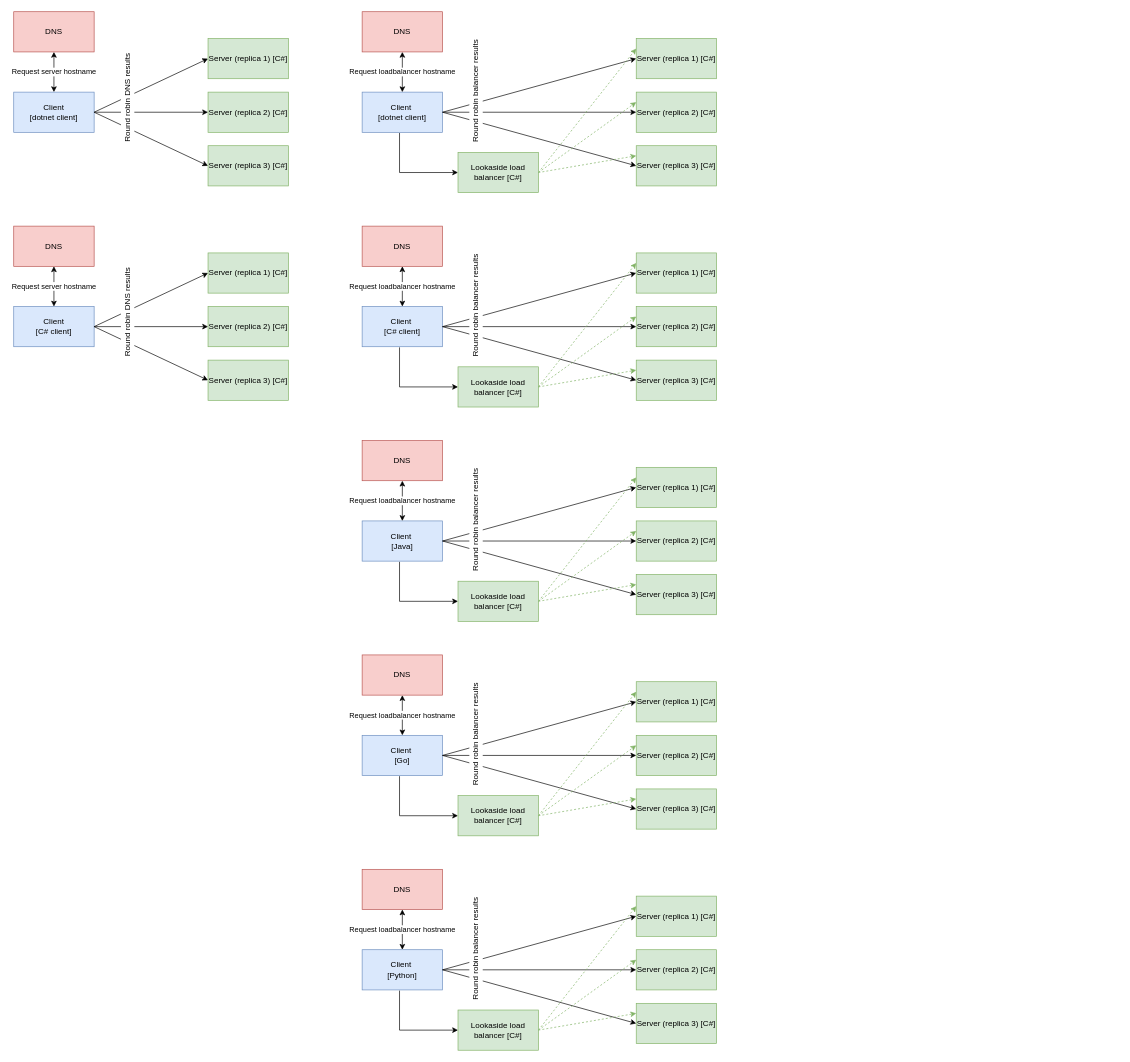
This is GrpcLoadBalancing.drawio from wicharypawel/net-core-grpc-load-balance, a draw.io file, before an edit. Source tidied: cells renumbered, new cells numbered last; positions are measured from the earlier drawing's top-left corner, leaving out a move shared by most shapes. Both pictures are drawn from the tidied source at 67%, with x=0, y=0 at pixel (13, 11).
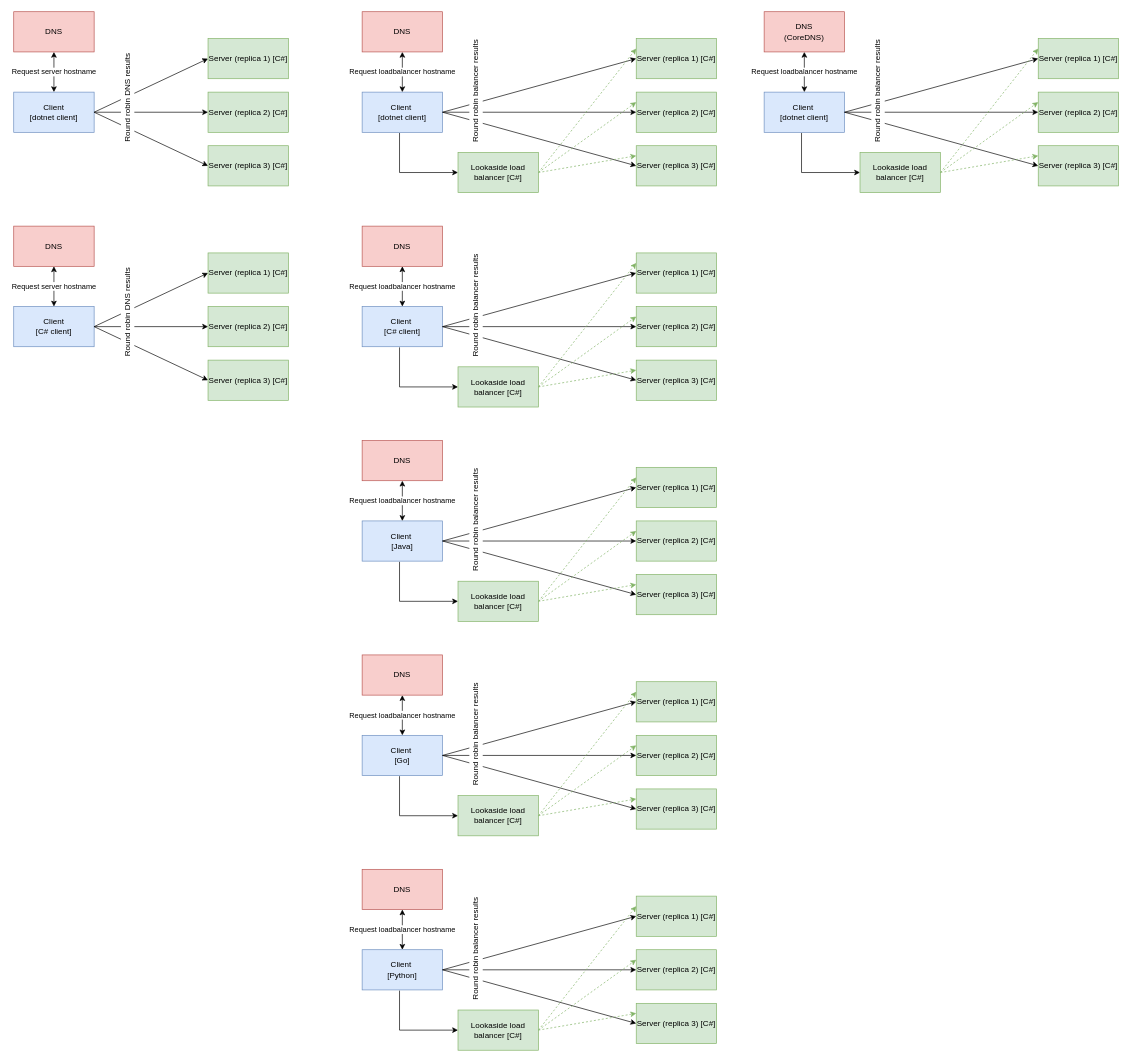
Above is the later version.

Diff of the diagram source:
```diff
@@
+    <mxCell id="97" style="edgeStyle=orthogonalEdgeStyle;rounded=0;jettySize=auto;html=1;exitX=0.465;exitY=1.016;exitDx=0;exitDy=0;entryX=0;entryY=0.5;entryDx=0;entryDy=0;startArrow=none;startFill=0;endArrow=classic;endFill=1;strokeColor=#000000;exitPerimeter=0;" parent="1" edge="1" source="98" target="106">
+      <mxGeometry relative="1" as="geometry" />
+    </mxCell>
+    <mxCell id="98" value="Client&amp;nbsp;&lt;br&gt;[dotnet client]" style="rounded=0;whiteSpace=wrap;html=1;rotation=0;fillColor=#dae8fc;strokeColor=#6c8ebf;" parent="1" vertex="1">
+      <mxGeometry x="1120" y="120" width="120" height="60" as="geometry" />
+    </mxCell>
+    <mxCell id="99" value="Server (replica 2) [C#]" style="rounded=0;whiteSpace=wrap;html=1;rotation=0;fillColor=#d5e8d4;strokeColor=#82b366;" parent="1" vertex="1">
+      <mxGeometry x="1529.1" y="120" width="120" height="60" as="geometry" />
+    </mxCell>
+    <mxCell id="100" style="rounded=0;jettySize=auto;html=1;exitX=1;exitY=0.5;exitDx=0;exitDy=0;entryX=0;entryY=0.5;entryDx=0;entryDy=0;startArrow=none;startFill=0;endArrow=classic;endFill=1;strokeColor=#000000;" parent="1" edge="1" source="98" target="107">
+      <mxGeometry relative="1" as="geometry" />
+    </mxCell>
+    <mxCell id="101" style="edgeStyle=none;rounded=0;jettySize=auto;html=1;exitX=1;exitY=0.5;exitDx=0;exitDy=0;entryX=0;entryY=0.5;entryDx=0;entryDy=0;startArrow=none;startFill=0;endArrow=classic;endFill=1;strokeColor=#000000;" parent="1" edge="1" source="98" target="99">
+      <mxGeometry relative="1" as="geometry" />
+    </mxCell>
+    <mxCell id="102" style="edgeStyle=none;rounded=0;jettySize=auto;html=1;exitX=1;exitY=0.5;exitDx=0;exitDy=0;entryX=0;entryY=0.5;entryDx=0;entryDy=0;startArrow=none;startFill=0;endArrow=classic;endFill=1;strokeColor=#000000;" parent="1" edge="1" source="98" target="108">
+      <mxGeometry relative="1" as="geometry" />
+    </mxCell>
+    <mxCell id="103" style="edgeStyle=none;rounded=0;jettySize=auto;html=1;exitX=1;exitY=0.5;exitDx=0;exitDy=0;entryX=0;entryY=0.25;entryDx=0;entryDy=0;startArrow=none;startFill=0;endArrow=classic;endFill=1;strokeColor=#82b366;fillColor=#d5e8d4;dashed=1;" parent="1" edge="1" source="106" target="108">
+      <mxGeometry relative="1" as="geometry" />
+    </mxCell>
+    <mxCell id="104" style="edgeStyle=none;rounded=0;jettySize=auto;html=1;exitX=1;exitY=0.5;exitDx=0;exitDy=0;entryX=0;entryY=0.25;entryDx=0;entryDy=0;startArrow=none;startFill=0;endArrow=classic;endFill=1;strokeColor=#82b366;fillColor=#d5e8d4;dashed=1;" parent="1" edge="1" source="106" target="99">
+      <mxGeometry relative="1" as="geometry" />
+    </mxCell>
+    <mxCell id="105" style="edgeStyle=none;rounded=0;jettySize=auto;html=1;exitX=1;exitY=0.5;exitDx=0;exitDy=0;entryX=0;entryY=0.25;entryDx=0;entryDy=0;startArrow=none;startFill=0;endArrow=classic;endFill=1;strokeColor=#82b366;fillColor=#d5e8d4;dashed=1;" parent="1" edge="1" source="106" target="107">
+      <mxGeometry relative="1" as="geometry" />
+    </mxCell>
+    <mxCell id="106" value="Lookaside load balancer [C#]" style="rounded=0;whiteSpace=wrap;html=1;rotation=0;fillColor=#d5e8d4;strokeColor=#82b366;" parent="1" vertex="1">
+      <mxGeometry x="1263.1" y="210" width="120" height="60" as="geometry" />
+    </mxCell>
+    <mxCell id="107" value="Server (replica 3) [C#]" style="rounded=0;whiteSpace=wrap;html=1;rotation=0;fillColor=#d5e8d4;strokeColor=#82b366;" parent="1" vertex="1">
+      <mxGeometry x="1529.1" y="200" width="120" height="60" as="geometry" />
+    </mxCell>
+    <mxCell id="108" value="Server (replica 1) [C#]" style="rounded=0;whiteSpace=wrap;html=1;rotation=0;fillColor=#d5e8d4;strokeColor=#82b366;" parent="1" vertex="1">
+      <mxGeometry x="1529.1" y="40" width="120" height="60" as="geometry" />
+    </mxCell>
+    <mxCell id="109" value="Request loadbalancer hostname" style="edgeStyle=orthogonalEdgeStyle;rounded=0;jettySize=auto;html=1;exitX=0.5;exitY=1;exitDx=0;exitDy=0;entryX=0.5;entryY=0;entryDx=0;entryDy=0;startArrow=classic;startFill=1;" parent="1" edge="1" source="110" target="98">
+      <mxGeometry relative="1" as="geometry" />
+    </mxCell>
+    <mxCell id="110" value="DNS&lt;br&gt;(CoreDNS)" style="rounded=0;whiteSpace=wrap;html=1;fillColor=#f8cecc;strokeColor=#b85450;" parent="1" vertex="1">
+      <mxGeometry x="1120" width="120" height="60" as="geometry" />
+    </mxCell>
+    <mxCell id="111" value="&amp;nbsp;Round robin balancer results" style="text;html=1;strokeColor=none;fillColor=#ffffff;align=center;verticalAlign=middle;whiteSpace=wrap;rounded=0;rotation=-90;" parent="1" vertex="1">
+      <mxGeometry x="1210" y="110" width="160" height="20" as="geometry" />
+    </mxCell>
```
